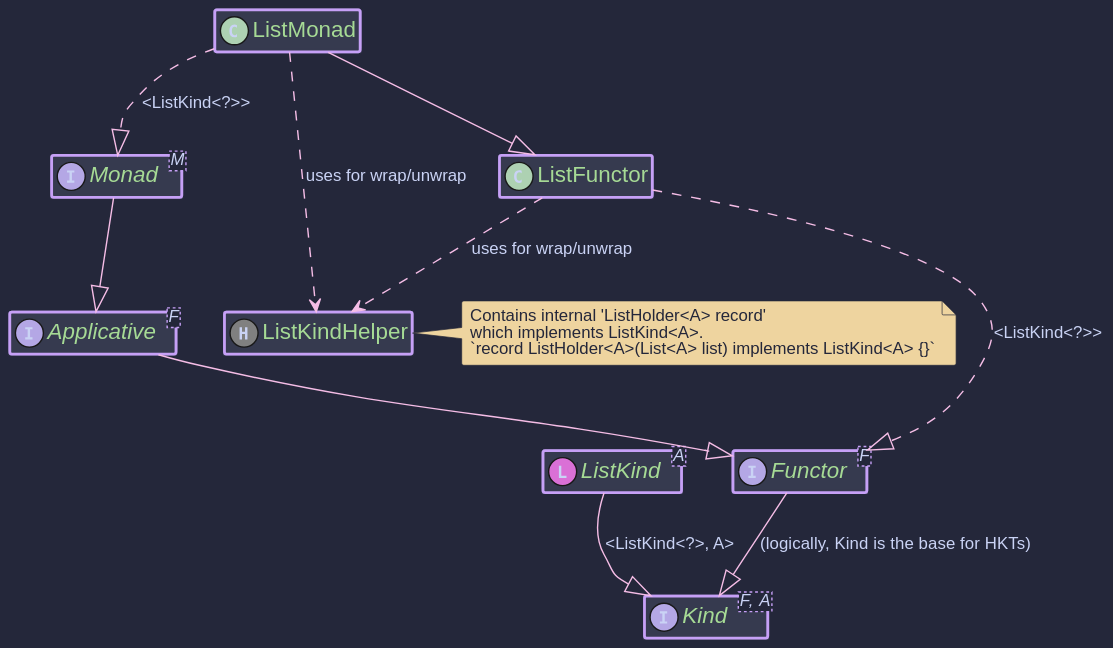
The PlantUML diagram hkj-book/src/images/puml/list_monad.svg in higher-kinded-j/higher-kinded-j, before a commit. Source of this version:
```plantuml
@startuml
!include https://raw.githubusercontent.com/ncosta-ic/catppuccin-macchiato-plantuml-theme/main/theme.puml

hide empty members


interface "Kind<F, A>" as Kind
interface "Functor<F>" as Functor
interface "Applicative<F>" as Applicative
interface "Monad<M>" as MonadBase

interface "ListKind<A>" as ListKindBase << (L,orchid) >> {
}

class "ListKindHelper" as ListKindHelper << (H,grey) >> {
}
note right of ListKindHelper
  Contains internal 'ListHolder<A> record'
  which implements ListKind<A>.
  `record ListHolder<A>(List<A> list) implements ListKind<A> {}`
end note

class "ListFunctor" as ListFunctorImpl {
}
class "ListMonad" as ListMonadImpl {
}

MonadBase --|> Applicative
Applicative --|> Functor
Functor --|> Kind : (logically, Kind is the base for HKTs)

ListKindBase --|> Kind : <ListKind<?>, A>

ListFunctorImpl ..|> Functor : <ListKind<?>>
ListMonadImpl --|> ListFunctorImpl
ListMonadImpl ..|> MonadBase : <ListKind<?>>

ListMonadImpl ..> ListKindHelper : uses for wrap/unwrap
ListFunctorImpl ..> ListKindHelper : uses for wrap/unwrap
@enduml
```
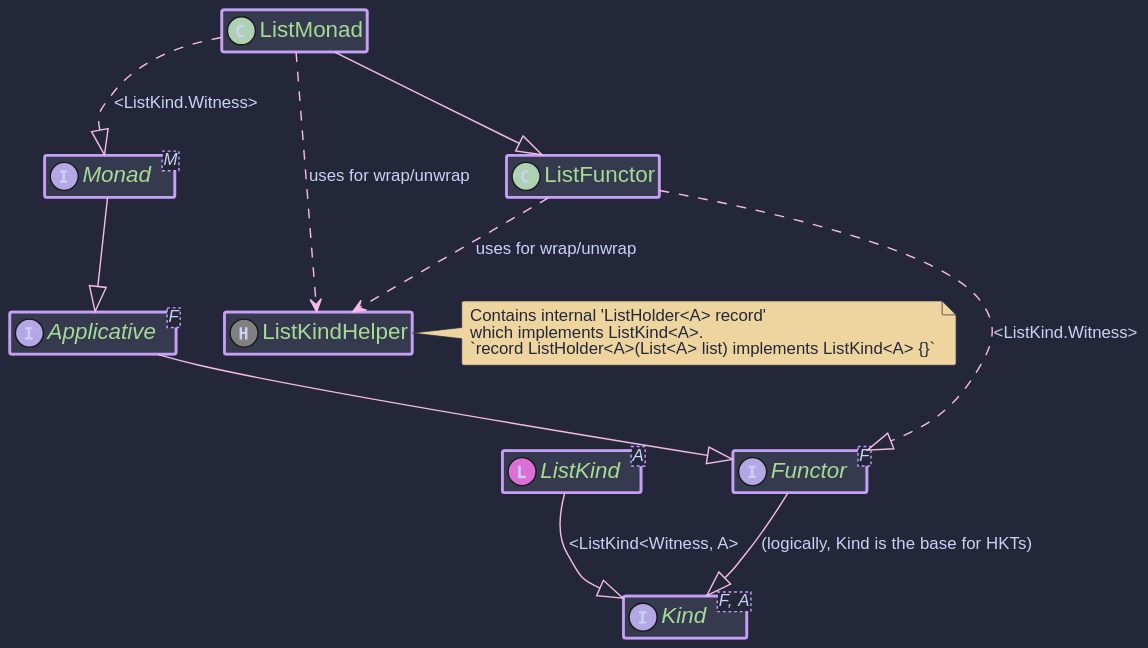
Above is the later version.

Diff of the diagram source:
```diff
@@ -29,11 +29,11 @@
 Applicative --|> Functor
 Functor --|> Kind : (logically, Kind is the base for HKTs)
 
-ListKindBase --|> Kind : <ListKind<?>, A>
+ListKindBase --|> Kind : <ListKind<Witness, A>
 
-ListFunctorImpl ..|> Functor : <ListKind<?>>
+ListFunctorImpl ..|> Functor : <ListKind.Witness>
 ListMonadImpl --|> ListFunctorImpl
-ListMonadImpl ..|> MonadBase : <ListKind<?>>
+ListMonadImpl ..|> MonadBase : <ListKind.Witness>
 
 ListMonadImpl ..> ListKindHelper : uses for wrap/unwrap
 ListFunctorImpl ..> ListKindHelper : uses for wrap/unwrap
```
